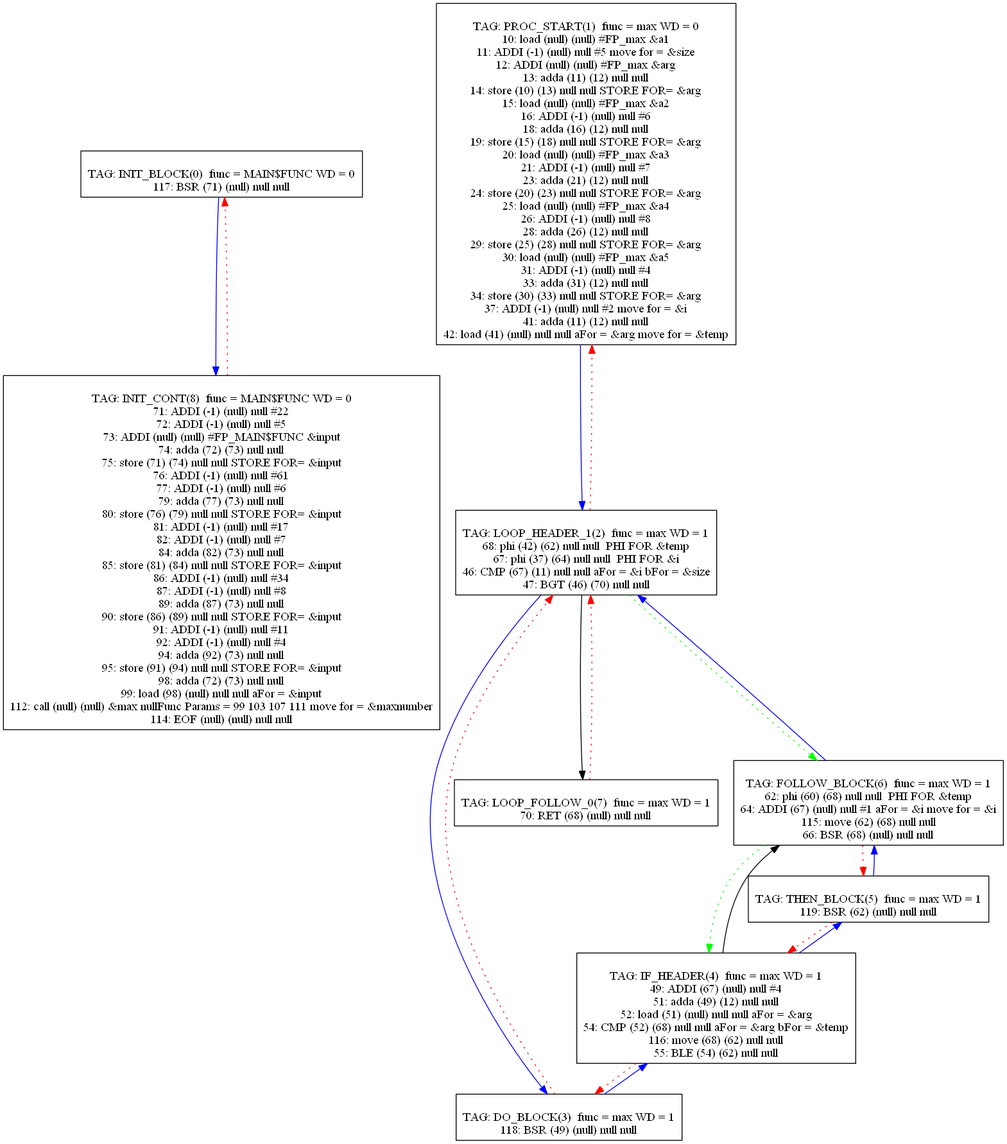
Above: Compiler/4graph.png in mbajaj92/Project-Astoria (Graphviz), before the change. Its source is kept beside it as Compiler/4graph.dot.
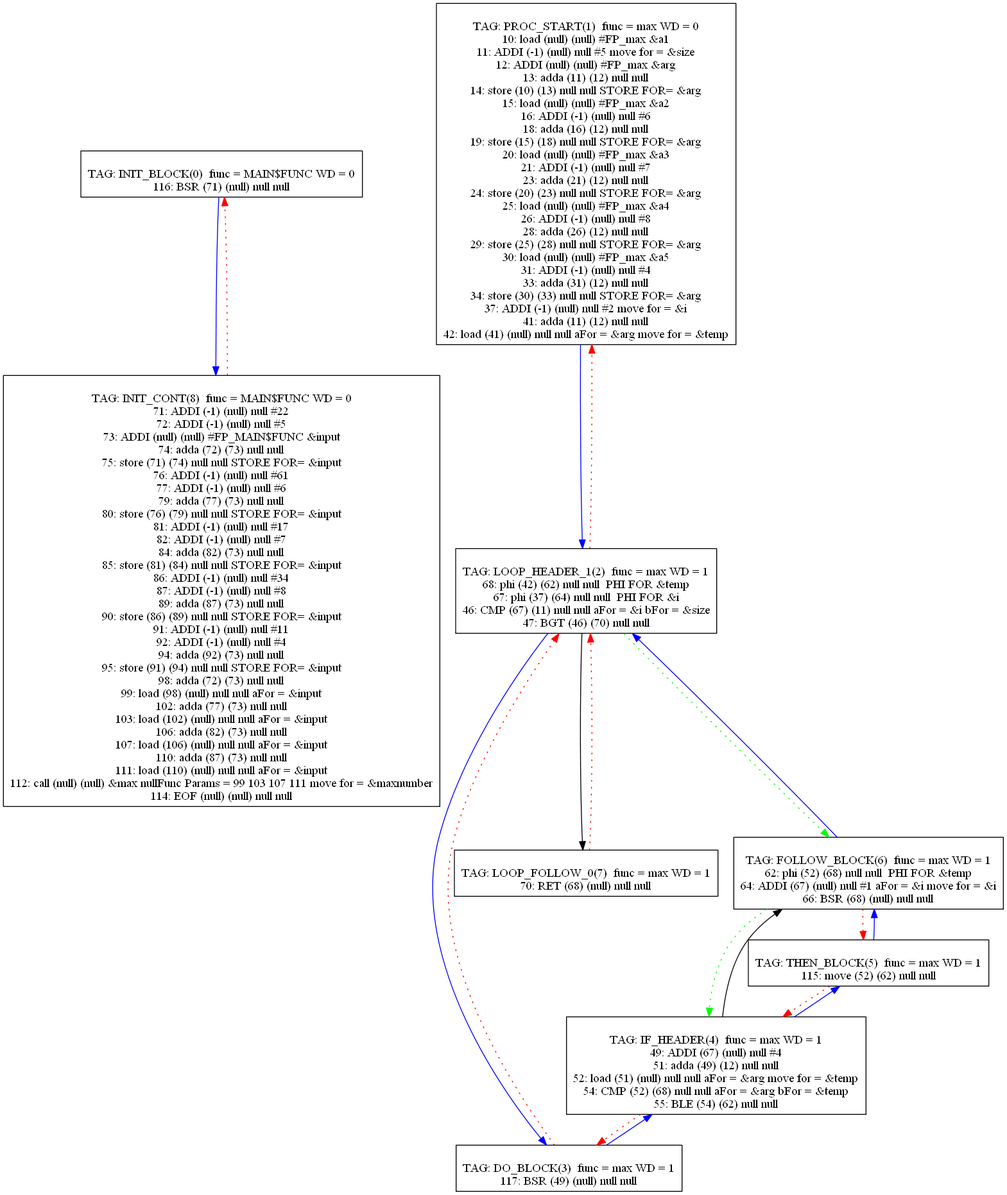
The same diagram one commit later.

Change to the diagram source:
```diff
@@ -1,7 +1,7 @@
 digraph {
 0[label="
 TAG: INIT_BLOCK(0)  func = MAIN$FUNC WD = 0
-117: BSR (71) (null) null null
+116: BSR (71) (null) null null
 "];
 0[shape=box];
 0 -> 8[color=blue]
@@ -48,7 +48,7 @@
 2 -> 6[color=green][style=dotted]
 3[label="
 TAG: DO_BLOCK(3)  func = max WD = 1
-118: BSR (49) (null) null null
+117: BSR (49) (null) null null
 "];
 3[shape=box];
 3 -> 4[color=blue]
@@ -57,9 +57,8 @@
 TAG: IF_HEADER(4)  func = max WD = 1
 49: ADDI (67) (null) null #4
 51: adda (49) (12) null null
-52: load (51) (null) null null aFor = &arg
+52: load (51) (null) null null aFor = &arg move for = &temp
 54: CMP (52) (68) null null aFor = &arg bFor = &temp
-116: move (68) (62) null null
 55: BLE (54) (62) null null
 "];
 4[shape=box];
@@ -68,16 +67,15 @@
 4 -> 3[color=red][style=dotted]
 5[label="
 TAG: THEN_BLOCK(5)  func = max WD = 1
-119: BSR (62) (null) null null
+115: move (52) (62) null null
 "];
 5[shape=box];
 5 -> 6[color=blue]
 5 -> 4[color=red][style=dotted]
 6[label="
 TAG: FOLLOW_BLOCK(6)  func = max WD = 1
-62: phi (60) (68) null null  PHI FOR &temp
+62: phi (52) (68) null null  PHI FOR &temp
 64: ADDI (67) (null) null #1 aFor = &i move for = &i
-115: move (62) (68) null null
 66: BSR (68) (null) null null
 "];
 6[shape=box];
@@ -115,6 +113,12 @@
 95: store (91) (94) null null STORE FOR= &input
 98: adda (72) (73) null null
 99: load (98) (null) null null aFor = &input
+102: adda (77) (73) null null
+103: load (102) (null) null null aFor = &input
+106: adda (82) (73) null null
+107: load (106) (null) null null aFor = &input
+110: adda (87) (73) null null
+111: load (110) (null) null null aFor = &input
 112: call (null) (null) &max nullFunc Params = 99 103 107 111 move for = &maxnumber
 114: EOF (null) (null) null null
 "];
```
